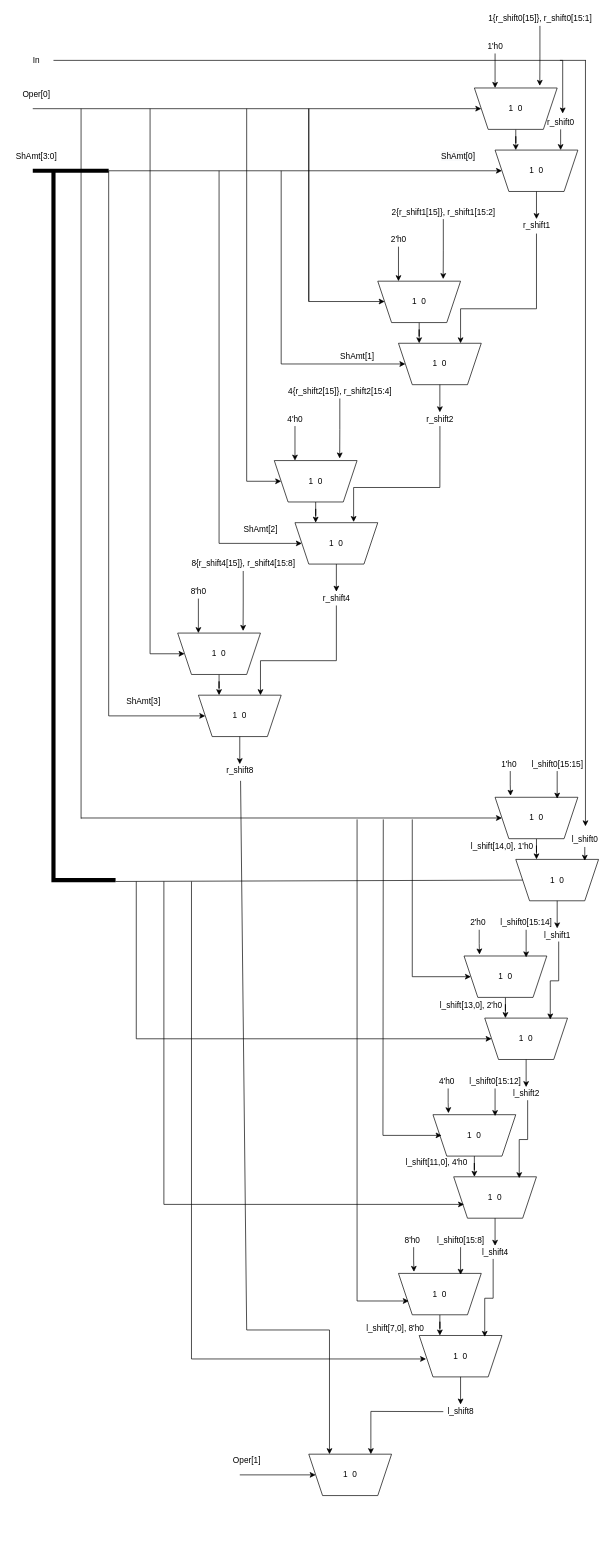
The draw.io diagram shifter.drawio in joshmeiyb/draw.io, before the edit. Source tidied: cells renumbered, new cells numbered last; positions are measured from the earlier drawing's top-left corner, leaving out a move shared by most shapes. Both pictures are drawn from the tidied source at 69%, with x=0, y=0 at pixel (12, 12).
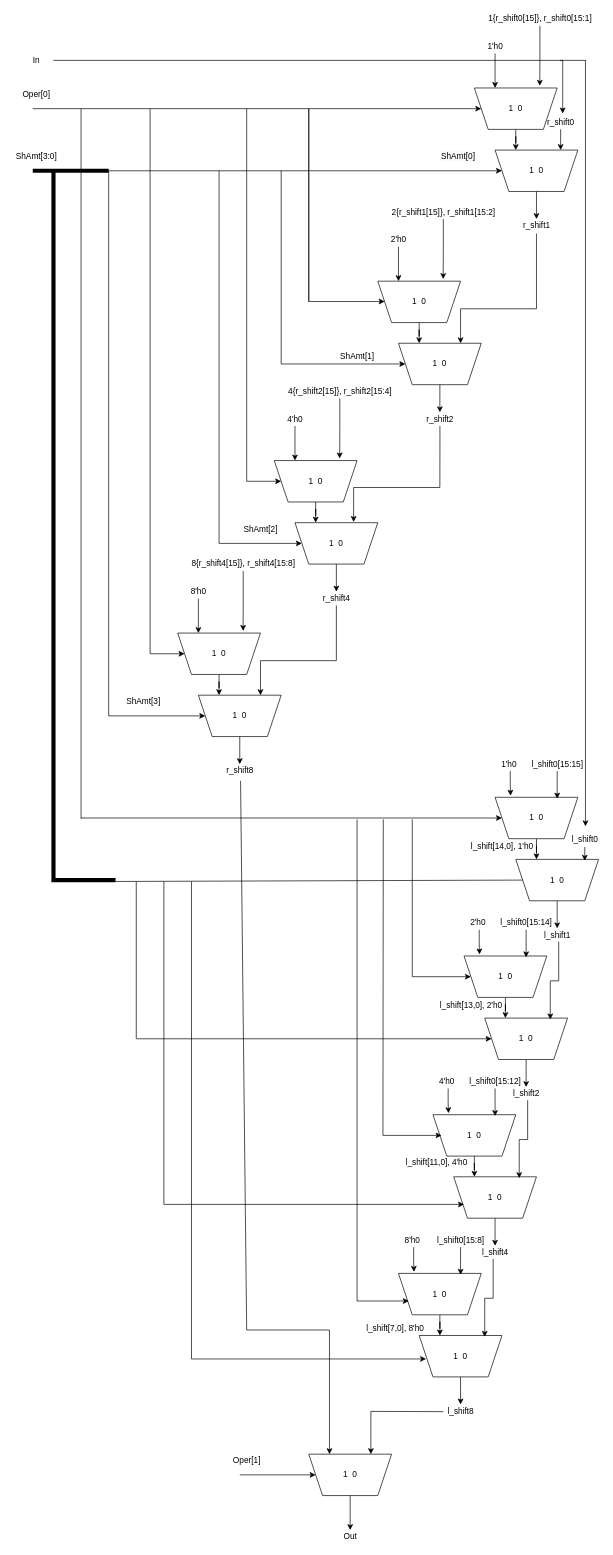
After the change.

The change refers to these unchanged cells:
```xml
<mxCell id="109" value="1&lt;span style=&quot;white-space: pre&quot;&gt; &lt;span style=&quot;white-space: pre&quot;&gt; &lt;/span&gt;0&lt;/span&gt;" style="shape=trapezoid;perimeter=trapezoidPerimeter;whiteSpace=wrap;html=1;fixedSize=1;direction=west;" parent="1" vertex="1">
  <mxGeometry x="430" y="2090" width="120" height="60" as="geometry" />
</mxCell>
```

Change to the diagram source:
```diff
@@
+    <mxCell id="122" style="edgeStyle=orthogonalEdgeStyle;rounded=0;jettySize=auto;html=1;strokeWidth=1;" parent="1" edge="1" source="109" target="123">
+      <mxGeometry relative="1" as="geometry" />
+    </mxCell>
+    <mxCell id="123" value="Out" style="text;html=1;align=center;verticalAlign=middle;points=[];strokeColor=none;fillColor=none;" parent="1" vertex="1">
+      <mxGeometry x="475" y="2200" width="30" height="20" as="geometry" />
+    </mxCell>
```
